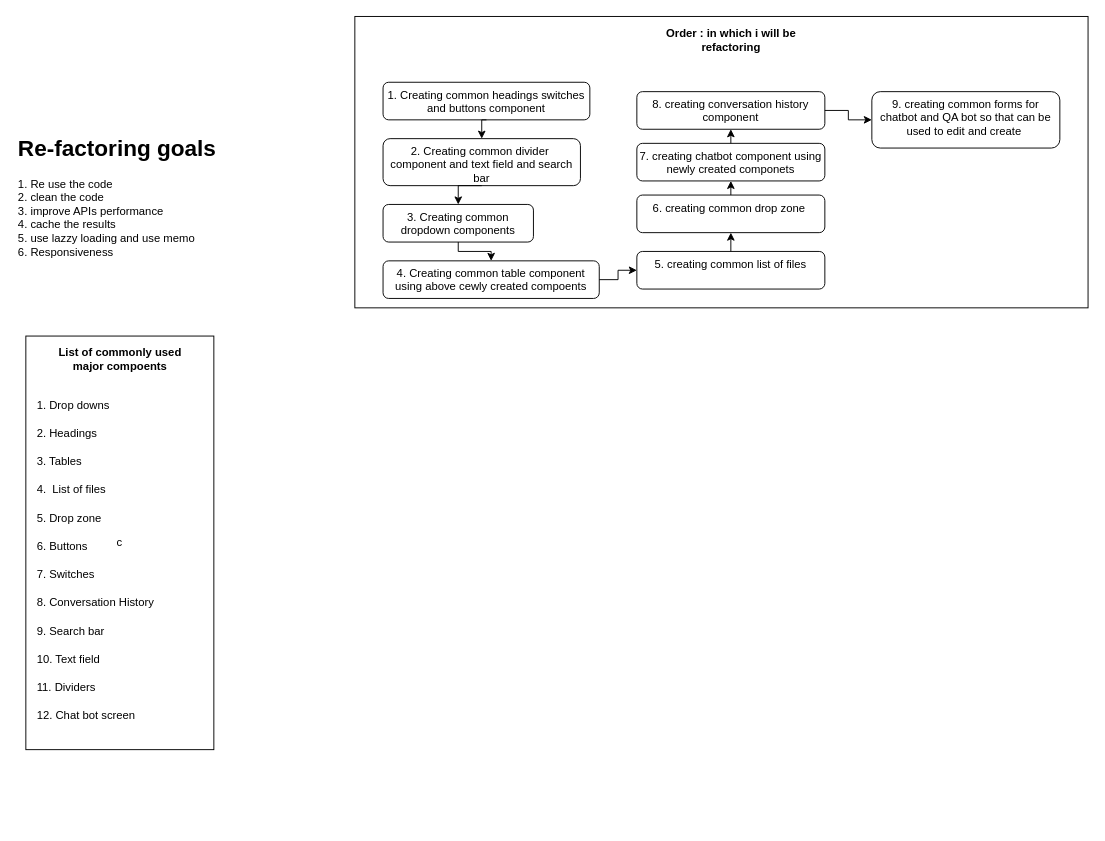
Before: components_base_ui.drawio in zeeshan-noname/draw.io, a draw.io diagram. Source tidied: cells renumbered, new cells numbered last; positions are measured from the earlier drawing's top-left corner, leaving out a move shared by most shapes. Both pictures are drawn from the tidied source at 94%, with x=0, y=0 at pixel (16, 16).
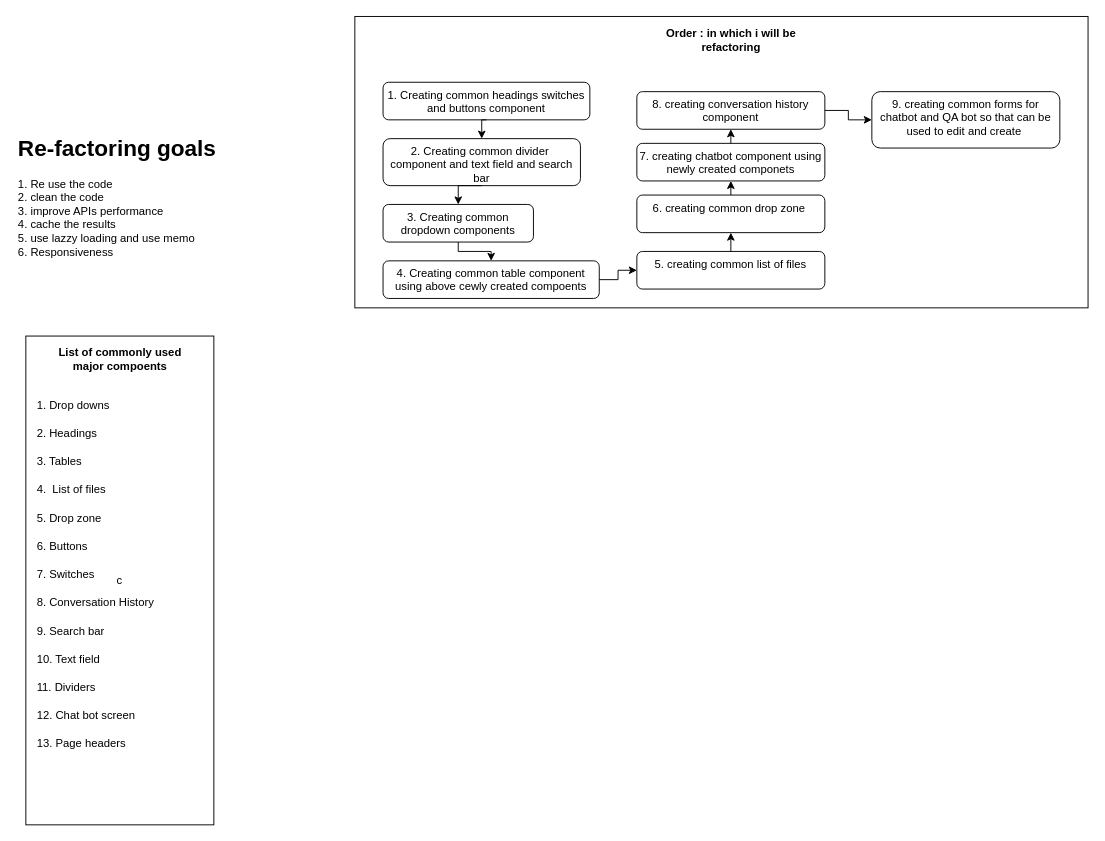
The same diagram, later.

Change to the diagram source:
```diff
@@
     <mxCell id="3" value="c" style="rounded=0;whiteSpace=wrap;html=1;fillColor=none;" parent="1" vertex="1">
-      <mxGeometry x="10" y="340" width="200" height="440" as="geometry" />
+      <mxGeometry x="10" y="340" width="200" height="520" as="geometry" />
     </mxCell>
@@
+    <mxCell id="36" value="13. Page headers" style="text;html=1;align=left;verticalAlign=top;whiteSpace=wrap;rounded=0;" parent="1" vertex="1">
+      <mxGeometry x="20" y="760" width="140" height="30" as="geometry" />
+    </mxCell>
```
